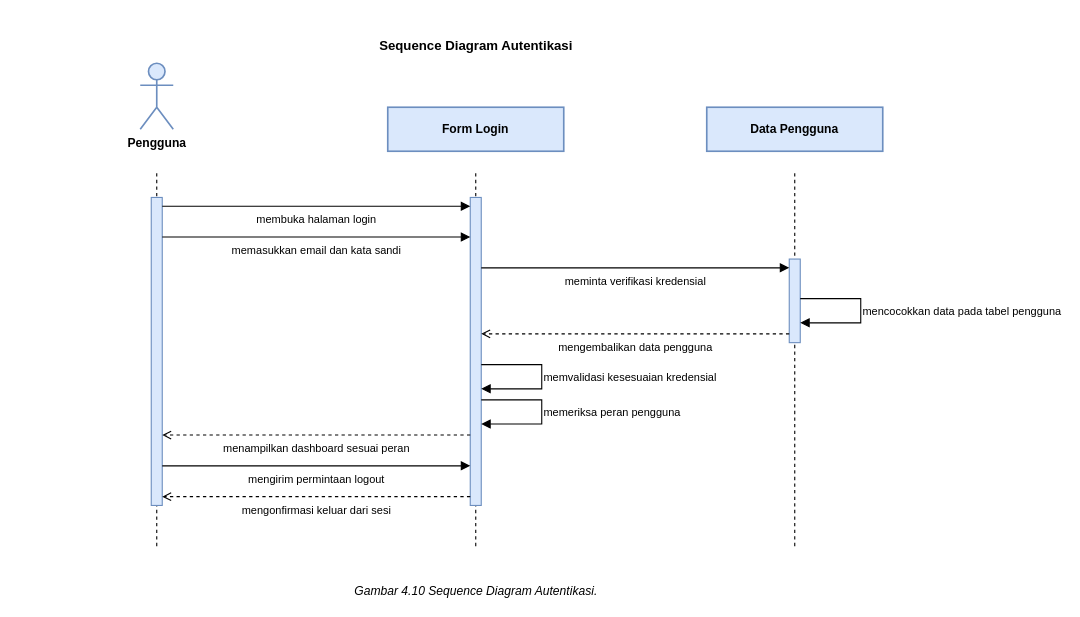
evelleura/shi-dashboard keeps this draw.io diagram as diagram/ai/Sequence/SD_AUTENTIKASI.drawio. Above is the earlier version. Source tidied: cells renumbered, new cells numbered last; positions are measured from the earlier drawing's top-left corner, leaving out a move shared by most shapes. Both pictures are drawn from the tidied source at 110%, with x=0, y=0 at pixel (24, 30).
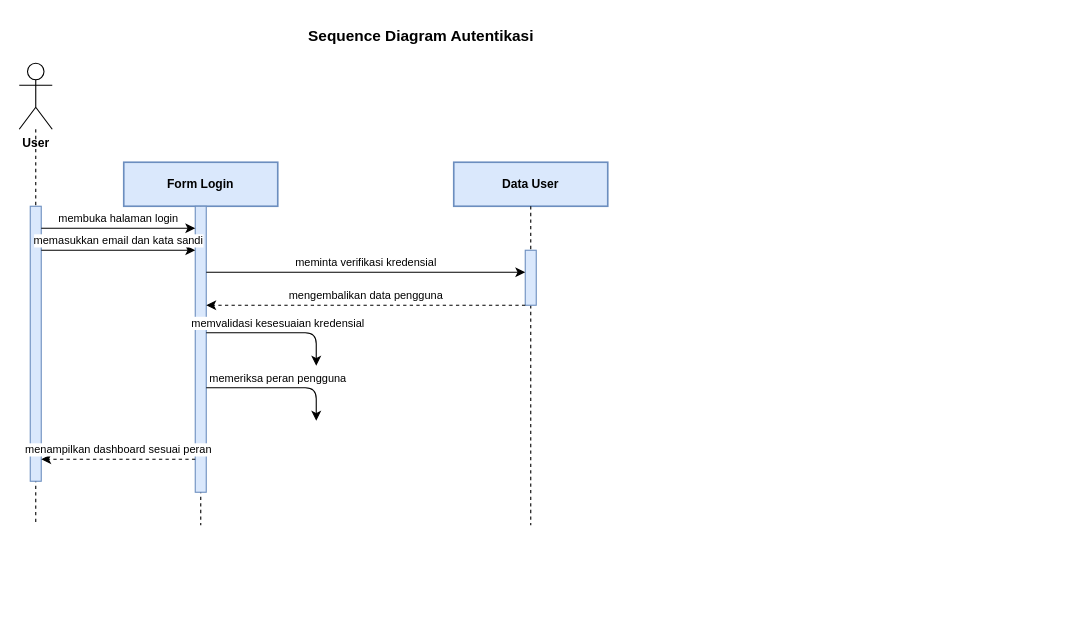
After the change.

What changed in the source:
```diff
@@
-    <mxCell id="2" value="Sequence Diagram Autentikasi" style="text;html=1;align=center;fontSize=12;fontStyle=1;fontColor=#000000;" parent="1" vertex="1">
-      <mxGeometry width="820" height="20" as="geometry" />
-    </mxCell>
-    <mxCell id="3" value="Pengguna" style="shape=umlActor;verticalLabelPosition=bottom;verticalAlign=top;html=1;fillColor=#DAE8FC;strokeColor=#6C8EBF;strokeWidth=1.5;fontSize=11;fontColor=#000000;fontStyle=1;" parent="1" vertex="1">
-      <mxGeometry x="105" y="30" width="30" height="60" as="geometry" />
-    </mxCell>
-    <mxCell id="4" style="endArrow=none;html=1;rounded=0;dashed=1;strokeColor=#000000;strokeWidth=1;" parent="1" edge="1">
-      <mxGeometry relative="1" as="geometry">
-        <mxPoint x="120" y="130" as="sourcePoint" />
-        <mxPoint x="120" y="472" as="targetPoint" />
-      </mxGeometry>
-    </mxCell>
+    <mxCell id="23" value="User" style="shape=umlActor;verticalLabelPosition=bottom;labelPosition=center;verticalAlign=top;html=1;fontSize=11;fontStyle=1;fillColor=#FFFFFF;strokeColor=#000000;" parent="1" vertex="1">
+      <mxGeometry x="-5" y="30" width="30" height="60" as="geometry" />
+    </mxCell>
-    <mxCell id="5" value="Form Login" style="rounded=0;whiteSpace=wrap;html=1;fillColor=#DAE8FC;strokeColor=#6C8EBF;strokeWidth=1.5;fontSize=11;fontColor=#000000;fontStyle=1;" parent="1" vertex="1">
-      <mxGeometry x="330" y="70" width="160" height="40" as="geometry" />
+    <mxCell id="5" value="Form Login" style="rounded=0;whiteSpace=wrap;html=1;fontSize=11;fontStyle=1;fillColor=#DAE8FC;strokeColor=#6C8EBF;strokeWidth=1.5;" parent="1" vertex="1">
+      <mxGeometry x="90" y="120" width="140" height="40" as="geometry" />
     </mxCell>
-    <mxCell id="6" style="endArrow=none;html=1;rounded=0;dashed=1;strokeColor=#000000;strokeWidth=1;" parent="1" edge="1">
-      <mxGeometry relative="1" as="geometry">
-        <mxPoint x="410" y="130" as="sourcePoint" />
-        <mxPoint x="410" y="472" as="targetPoint" />
-      </mxGeometry>
-    </mxCell>
-    <mxCell id="7" value="Data Pengguna" style="rounded=0;whiteSpace=wrap;html=1;fillColor=#DAE8FC;strokeColor=#6C8EBF;strokeWidth=1.5;fontSize=11;fontColor=#000000;fontStyle=1;" parent="1" vertex="1">
-      <mxGeometry x="620" y="70" width="160" height="40" as="geometry" />
-    </mxCell>
-    <mxCell id="8" style="endArrow=none;html=1;rounded=0;dashed=1;strokeColor=#000000;strokeWidth=1;" parent="1" edge="1">
-      <mxGeometry relative="1" as="geometry">
-        <mxPoint x="700" y="130" as="sourcePoint" />
-        <mxPoint x="700" y="472" as="targetPoint" />
-      </mxGeometry>
-    </mxCell>
-    <mxCell id="9" style="rounded=0;whiteSpace=wrap;html=1;fillColor=#DAE8FC;strokeColor=#6C8EBF;strokeWidth=1;" parent="1" vertex="1">
-      <mxGeometry x="115" y="152" width="10" height="280" as="geometry" />
-    </mxCell>
-    <mxCell id="10" style="rounded=0;whiteSpace=wrap;html=1;fillColor=#DAE8FC;strokeColor=#6C8EBF;strokeWidth=1;" parent="1" vertex="1">
-      <mxGeometry x="405" y="152" width="10" height="280" as="geometry" />
-    </mxCell>
-    <mxCell id="11" style="rounded=0;whiteSpace=wrap;html=1;fillColor=#DAE8FC;strokeColor=#6C8EBF;strokeWidth=1;" parent="1" vertex="1">
-      <mxGeometry x="695" y="208" width="10" height="76" as="geometry" />
-    </mxCell>
+    <mxCell id="24" value="Data User" style="rounded=0;whiteSpace=wrap;html=1;fontSize=11;fontStyle=1;fillColor=#DAE8FC;strokeColor=#6C8EBF;strokeWidth=1.5;" parent="1" vertex="1">
+      <mxGeometry x="390" y="120" width="140" height="40" as="geometry" />
+    </mxCell>
+    <mxCell id="25" style="endArrow=none;dashed=1;strokeColor=#000000;strokeWidth=1;html=1;" parent="1" edge="1">
+      <mxGeometry relative="1" as="geometry">
+        <mxPoint x="10" y="90" as="sourcePoint" />
+        <mxPoint x="10" y="450" as="targetPoint" />
+      </mxGeometry>
+    </mxCell>
+    <mxCell id="26" style="endArrow=none;dashed=1;strokeColor=#000000;strokeWidth=1;html=1;" parent="1" edge="1">
+      <mxGeometry relative="1" as="geometry">
+        <mxPoint x="160" y="160" as="sourcePoint" />
+        <mxPoint x="160" y="450" as="targetPoint" />
+      </mxGeometry>
+    </mxCell>
+    <mxCell id="27" style="endArrow=none;dashed=1;strokeColor=#000000;strokeWidth=1;html=1;" parent="1" edge="1">
+      <mxGeometry relative="1" as="geometry">
+        <mxPoint x="460" y="160" as="sourcePoint" />
+        <mxPoint x="460" y="450" as="targetPoint" />
+      </mxGeometry>
+    </mxCell>
+    <mxCell id="28" style="rounded=0;whiteSpace=wrap;html=1;fillColor=#DAE8FC;strokeColor=#6C8EBF;strokeWidth=1;" parent="1" vertex="1">
+      <mxGeometry x="155" y="160" width="10" height="260" as="geometry" />
+    </mxCell>
+    <mxCell id="29" style="rounded=0;whiteSpace=wrap;html=1;fillColor=#DAE8FC;strokeColor=#6C8EBF;strokeWidth=1;" parent="1" vertex="1">
+      <mxGeometry x="455" y="200" width="10" height="50" as="geometry" />
+    </mxCell>
+    <mxCell id="30" style="rounded=0;whiteSpace=wrap;html=1;fillColor=#DAE8FC;strokeColor=#6C8EBF;strokeWidth=1;" parent="1" vertex="1">
+      <mxGeometry x="5" y="160" width="10" height="250" as="geometry" />
+    </mxCell>
-    <mxCell id="12" value="membuka halaman login" style="endArrow=block;endFill=1;html=1;rounded=0;strokeColor=#000000;strokeWidth=1;fontSize=10;fontColor=#000000;align=center;verticalAlign=top;" parent="1" edge="1">
+    <mxCell id="12" value="membuka halaman login" style="html=1;endArrow=classic;endFill=1;strokeColor=#000000;strokeWidth=1;fontSize=10;align=center;verticalAlign=bottom;" parent="1" edge="1">
       <mxGeometry relative="1" as="geometry">
-        <mxPoint x="125" y="160" as="sourcePoint" />
-        <mxPoint x="405" y="160" as="targetPoint" />
+        <mxPoint x="15" y="180" as="sourcePoint" />
+        <mxPoint x="155" y="180" as="targetPoint" />
       </mxGeometry>
     </mxCell>
-    <mxCell id="13" value="memasukkan email dan kata sandi" style="endArrow=block;endFill=1;html=1;rounded=0;strokeColor=#000000;strokeWidth=1;fontSize=10;fontColor=#000000;align=center;verticalAlign=top;" parent="1" edge="1">
+    <mxCell id="13" value="memasukkan email dan kata sandi" style="html=1;endArrow=classic;endFill=1;strokeColor=#000000;strokeWidth=1;fontSize=10;align=center;verticalAlign=bottom;" parent="1" edge="1">
       <mxGeometry relative="1" as="geometry">
-        <mxPoint x="125" y="188" as="sourcePoint" />
-        <mxPoint x="405" y="188" as="targetPoint" />
+        <mxPoint x="15" y="200" as="sourcePoint" />
+        <mxPoint x="155" y="200" as="targetPoint" />
       </mxGeometry>
     </mxCell>
-    <mxCell id="14" value="meminta verifikasi kredensial" style="endArrow=block;endFill=1;html=1;rounded=0;strokeColor=#000000;strokeWidth=1;fontSize=10;fontColor=#000000;align=center;verticalAlign=top;" parent="1" edge="1">
+    <mxCell id="14" value="meminta verifikasi kredensial" style="html=1;endArrow=classic;endFill=1;strokeColor=#000000;strokeWidth=1;fontSize=10;align=center;verticalAlign=bottom;" parent="1" edge="1">
       <mxGeometry relative="1" as="geometry">
-        <mxPoint x="415" y="216" as="sourcePoint" />
-        <mxPoint x="695" y="216" as="targetPoint" />
+        <mxPoint x="165" y="220" as="sourcePoint" />
+        <mxPoint x="455" y="220" as="targetPoint" />
       </mxGeometry>
     </mxCell>
-    <mxCell id="15" value="mencocokkan data pada tabel pengguna" style="endArrow=block;endFill=1;html=1;rounded=0;strokeColor=#000000;strokeWidth=1;fontSize=10;fontColor=#000000;align=left;verticalAlign=middle;" parent="1" edge="1">
-      <mxGeometry relative="1" as="geometry">
-        <mxPoint x="705" y="244" as="sourcePoint" />
-        <mxPoint x="705" y="266" as="targetPoint" />
-        <Array as="points">
-          <mxPoint x="760" y="244" />
-          <mxPoint x="760" y="266" />
-        </Array>
-      </mxGeometry>
-    </mxCell>
-    <mxCell id="16" value="mengembalikan data pengguna" style="endArrow=open;endFill=0;html=1;rounded=0;dashed=1;strokeColor=#000000;strokeWidth=1;fontSize=10;fontColor=#000000;align=center;verticalAlign=top;" parent="1" edge="1">
+    <mxCell id="16" value="mengembalikan data pengguna" style="html=1;endArrow=classic;endFill=1;strokeColor=#000000;strokeWidth=1;dashed=1;fontSize=10;align=center;verticalAlign=bottom;" parent="1" edge="1">
       <mxGeometry relative="1" as="geometry">
-        <mxPoint x="695" y="276" as="sourcePoint" />
-        <mxPoint x="415" y="276" as="targetPoint" />
+        <mxPoint x="455" y="250" as="sourcePoint" />
+        <mxPoint x="165" y="250" as="targetPoint" />
       </mxGeometry>
     </mxCell>
-    <mxCell id="17" value="memvalidasi kesesuaian kredensial" style="endArrow=block;endFill=1;html=1;rounded=0;strokeColor=#000000;strokeWidth=1;fontSize=10;fontColor=#000000;align=left;verticalAlign=middle;" parent="1" edge="1">
+    <mxCell id="17" value="memvalidasi kesesuaian kredensial" style="html=1;endArrow=classic;endFill=1;strokeColor=#000000;strokeWidth=1;fontSize=10;align=center;verticalAlign=bottom;exitX=1;exitY=0.25;entryX=1;entryY=0.75;exitDx=0;exitDy=0;entryDx=0;entryDy=0;" parent="1" edge="1">
       <mxGeometry relative="1" as="geometry">
-        <mxPoint x="415" y="304" as="sourcePoint" />
-        <mxPoint x="415" y="326" as="targetPoint" />
+        <mxPoint x="165" y="275" as="sourcePoint" />
+        <mxPoint x="265" y="305" as="targetPoint" />
         <Array as="points">
-          <mxPoint x="470" y="304" />
-          <mxPoint x="470" y="326" />
+          <mxPoint x="265" y="275" />
+          <mxPoint x="265" y="305" />
         </Array>
       </mxGeometry>
     </mxCell>
-    <mxCell id="18" value="memeriksa peran pengguna" style="endArrow=block;endFill=1;html=1;rounded=0;strokeColor=#000000;strokeWidth=1;fontSize=10;fontColor=#000000;align=left;verticalAlign=middle;" parent="1" edge="1">
+    <mxCell id="18" value="memeriksa peran pengguna" style="html=1;endArrow=classic;endFill=1;strokeColor=#000000;strokeWidth=1;fontSize=10;align=center;verticalAlign=bottom;exitX=1;exitY=0.25;entryX=1;entryY=0.75;exitDx=0;exitDy=0;entryDx=0;entryDy=0;" parent="1" edge="1">
       <mxGeometry relative="1" as="geometry">
-        <mxPoint x="415" y="336" as="sourcePoint" />
-        <mxPoint x="415" y="358" as="targetPoint" />
+        <mxPoint x="165" y="325" as="sourcePoint" />
+        <mxPoint x="265" y="355" as="targetPoint" />
         <Array as="points">
-          <mxPoint x="470" y="336" />
-          <mxPoint x="470" y="358" />
+          <mxPoint x="265" y="325" />
+          <mxPoint x="265" y="355" />
         </Array>
       </mxGeometry>
     </mxCell>
-    <mxCell id="19" value="menampilkan dashboard sesuai peran" style="endArrow=open;endFill=0;html=1;rounded=0;dashed=1;strokeColor=#000000;strokeWidth=1;fontSize=10;fontColor=#000000;align=center;verticalAlign=top;" parent="1" edge="1">
+    <mxCell id="19" value="menampilkan dashboard sesuai peran" style="html=1;endArrow=classic;endFill=1;strokeColor=#000000;strokeWidth=1;dashed=1;fontSize=10;align=center;verticalAlign=bottom;" parent="1" edge="1">
       <mxGeometry relative="1" as="geometry">
-        <mxPoint x="405" y="368" as="sourcePoint" />
-        <mxPoint x="125" y="368" as="targetPoint" />
+        <mxPoint x="155" y="390" as="sourcePoint" />
+        <mxPoint x="15" y="390" as="targetPoint" />
       </mxGeometry>
     </mxCell>
-    <mxCell id="20" value="mengirim permintaan logout" style="endArrow=block;endFill=1;html=1;rounded=0;strokeColor=#000000;strokeWidth=1;fontSize=10;fontColor=#000000;align=center;verticalAlign=top;" parent="1" edge="1">
-      <mxGeometry relative="1" as="geometry">
-        <mxPoint x="125" y="396" as="sourcePoint" />
-        <mxPoint x="405" y="396" as="targetPoint" />
-      </mxGeometry>
-    </mxCell>
-    <mxCell id="21" value="mengonfirmasi keluar dari sesi" style="endArrow=open;endFill=0;html=1;rounded=0;dashed=1;strokeColor=#000000;strokeWidth=1;fontSize=10;fontColor=#000000;align=center;verticalAlign=top;" parent="1" edge="1">
-      <mxGeometry relative="1" as="geometry">
-        <mxPoint x="405" y="424" as="sourcePoint" />
-        <mxPoint x="125" y="424" as="targetPoint" />
-      </mxGeometry>
-    </mxCell>
-    <mxCell id="22" value="Gambar 4.10 Sequence Diagram Autentikasi." style="text;html=1;align=center;fontSize=11;fontStyle=2;fontColor=#000000;" parent="1" vertex="1">
-      <mxGeometry y="497" width="820" height="20" as="geometry" />
-    </mxCell>
+    <mxCell id="2" value="Sequence Diagram Autentikasi" style="text;html=1;align=center;verticalAlign=middle;fontSize=14;fontStyle=1;" parent="1" vertex="1">
+      <mxGeometry x="160" y="-10" width="400" height="30" as="geometry" />
+    </mxCell>
```
